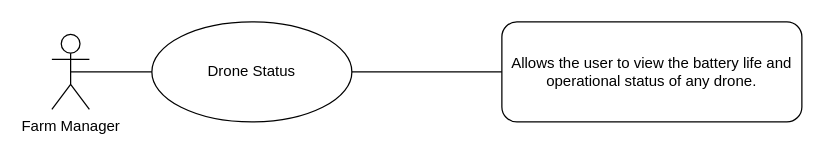
Above: docs/requirements_docs/use_case_diagrams/xml_files/03_soil_moisture_level.drawio in Brandyn1234/dashboard-project (draw.io), before the change. Source tidied: cells renumbered, new cells numbered last; positions are measured from the earlier drawing's top-left corner, leaving out a move shared by most shapes. Both pictures are drawn from the tidied source at 125%, with x=0, y=0 at pixel (51, 21).
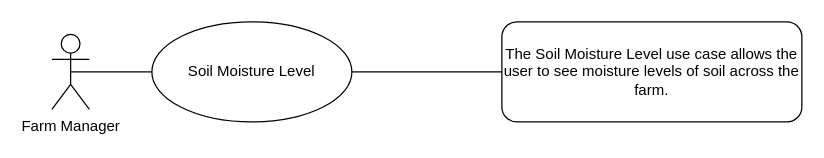
The same page after the edit.

Change to the diagram source:
```diff
@@
 <mxGraphModel>
   <root>
     <mxCell id="0" />
     <mxCell id="1" parent="0" />
-    <mxCell id="2" value="Allows the user to view the battery life and operational status of any drone." style="rounded=1;whiteSpace=wrap;html=1;roundedPerimeter=1;align=center;" parent="1" vertex="1">
+    <mxCell id="2" value="&lt;font style=&quot;font-size: 12px;&quot;&gt;The Soil Moisture Level use case allows the user to see moisture levels of soil across the farm.&lt;/font&gt;" style="rounded=1;whiteSpace=wrap;html=1;roundedPerimeter=1;align=center;" parent="1" vertex="1">
       <mxGeometry x="360" width="240" height="80" as="geometry" />
     </mxCell>
-    <mxCell id="3" value="Drone Status" style="ellipse;whiteSpace=wrap;html=1;shapeInside=1;align=center;" parent="1" vertex="1">
+    <mxCell id="3" value="Soil Moisture Level" style="ellipse;whiteSpace=wrap;html=1;shapeInside=1;align=center;" parent="1" vertex="1">
       <mxGeometry x="80" width="160" height="80" as="geometry" />
     </mxCell>
     <mxCell id="4" value="Farm Manager" style="shape=umlActor;verticalLabelPosition=bottom;verticalAlign=top;html=1;outlineConnect=0;" parent="1" vertex="1">
       <mxGeometry y="10" width="30" height="60" as="geometry" />
     </mxCell>
     <mxCell id="5" style="endArrow=none;html=1;rounded=0;entryX=0;entryY=0.5;entryDx=0;entryDy=0;exitX=0.5;exitY=0.5;exitDx=0;exitDy=0;exitPerimeter=0;" parent="1" edge="1" source="4" target="3">
       <mxGeometry relative="1" as="geometry" />
     </mxCell>
     <mxCell id="6" style="endArrow=none;html=1;rounded=0;exitX=1;exitY=0.5;exitDx=0;exitDy=0;entryX=0;entryY=0.5;entryDx=0;entryDy=0;" parent="1" edge="1" source="3" target="2">
       <mxGeometry relative="1" as="geometry" />
     </mxCell>
   </root>
 </mxGraphModel>
```
